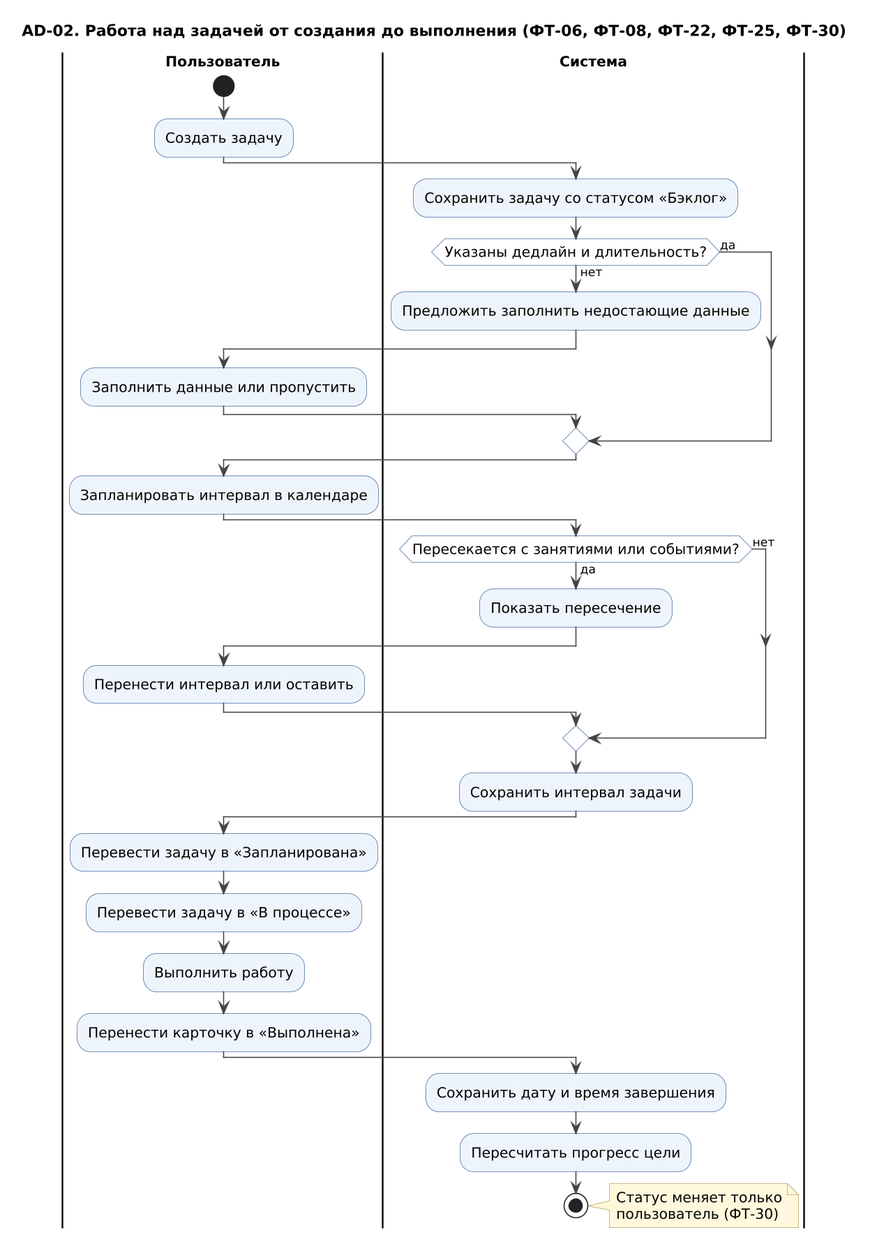
Earlier version of the PlantUML export docs/uml/png/AD-02_vypolnenie_zadachi.png (freez044/kpo_project).
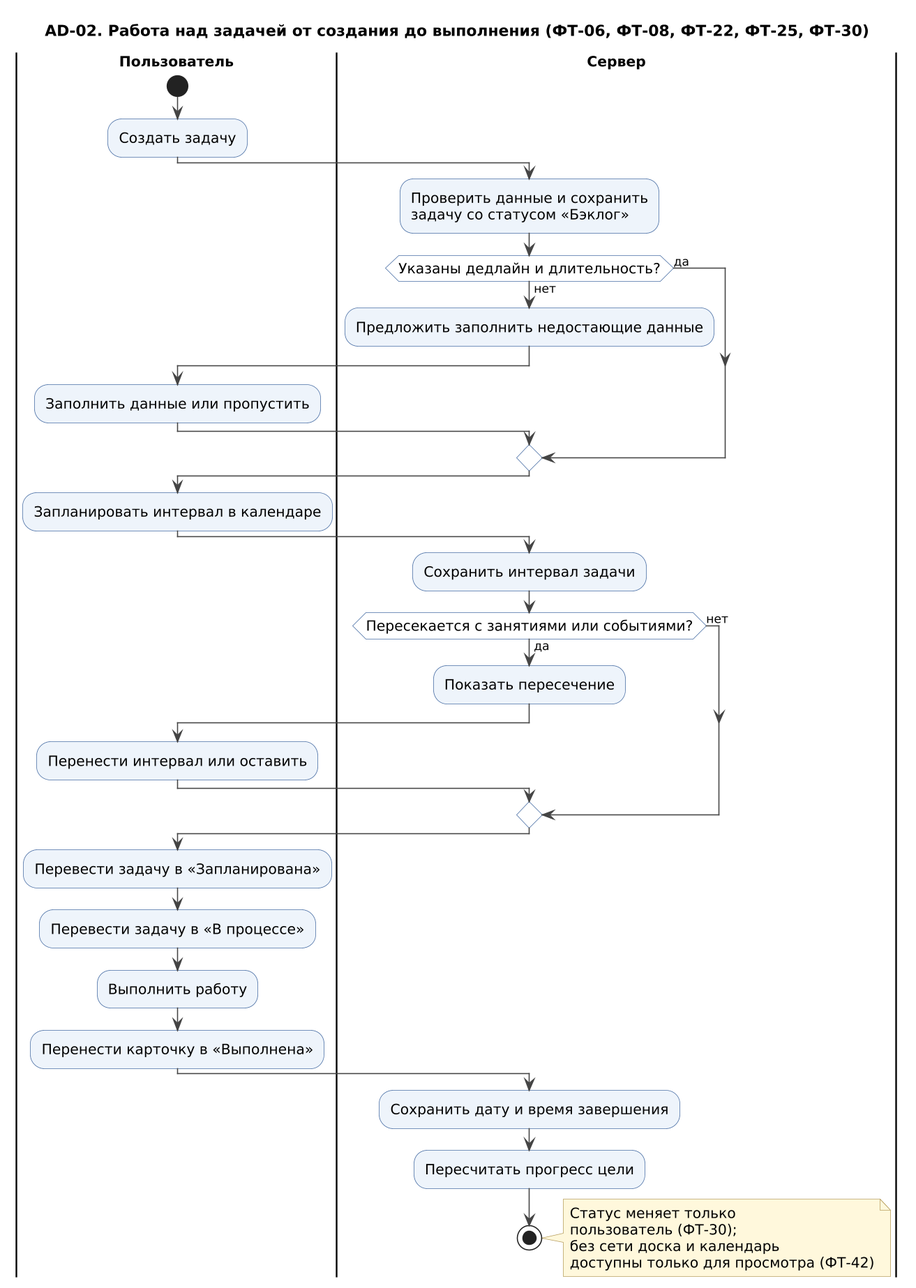
After the commit.

Diff of the diagram source:
```diff
@@ -4,37 +4,40 @@
 |Пользователь|
 start
 :Создать задачу;
-|Система|
-:Сохранить задачу со статусом «Бэклог»;
+|Сервер|
+:Проверить данные и сохранить
+задачу со статусом «Бэклог»;
 if (Указаны дедлайн и длительность?) then (нет)
   :Предложить заполнить недостающие данные;
   |Пользователь|
   :Заполнить данные или пропустить;
-  |Система|
+  |Сервер|
 else (да)
 endif
 |Пользователь|
 :Запланировать интервал в календаре;
-|Система|
+|Сервер|
+:Сохранить интервал задачи;
 if (Пересекается с занятиями или событиями?) then (да)
   :Показать пересечение;
   |Пользователь|
   :Перенести интервал или оставить;
-  |Система|
+  |Сервер|
 else (нет)
 endif
-:Сохранить интервал задачи;
 |Пользователь|
 :Перевести задачу в «Запланирована»;
 :Перевести задачу в «В процессе»;
 :Выполнить работу;
 :Перенести карточку в «Выполнена»;
-|Система|
+|Сервер|
 :Сохранить дату и время завершения;
 :Пересчитать прогресс цели;
 stop
 note right
   Статус меняет только
-  пользователь (ФТ-30)
+  пользователь (ФТ-30);
+  без сети доска и календарь
+  доступны только для просмотра (ФТ-42)
 end note
 @enduml
```
